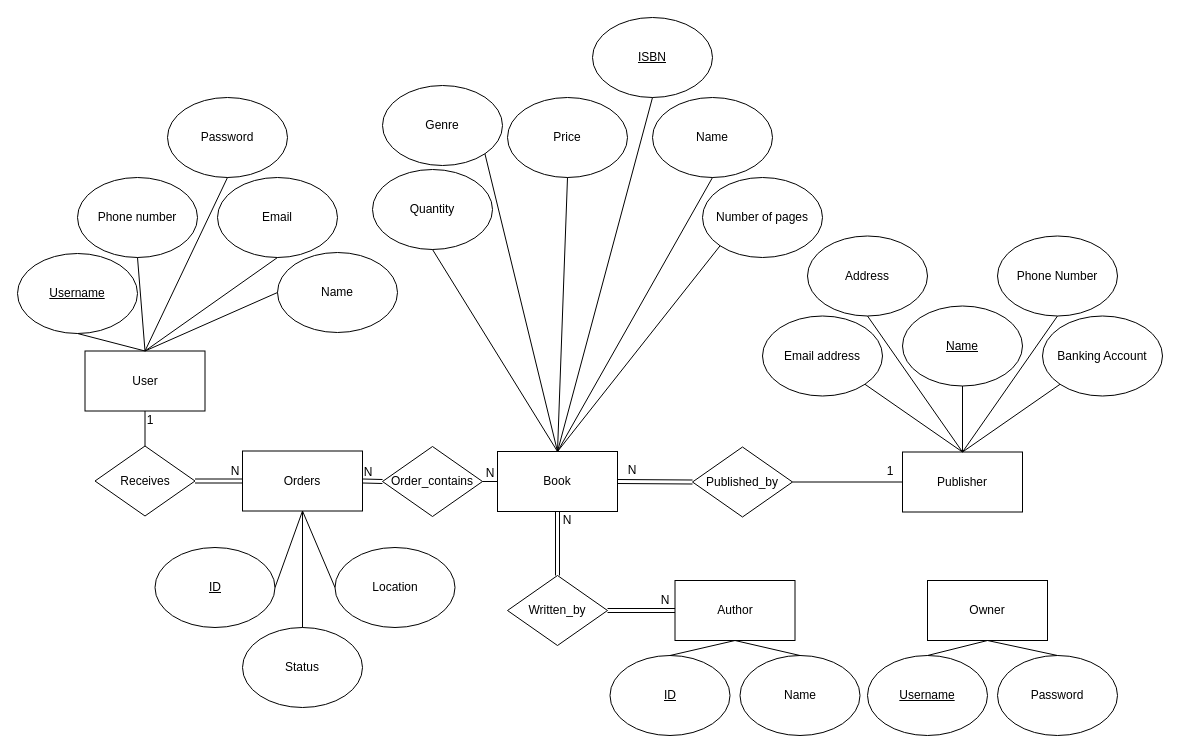
Above: BookStoreER.drawio in Dylanhism/BookStore (draw.io), before the change. Source tidied: cells renumbered, new cells numbered last; positions are measured from the earlier drawing's top-left corner, leaving out a move shared by most shapes. Both pictures are drawn from the tidied source at 100%, with x=0, y=0 at pixel (17, 17).
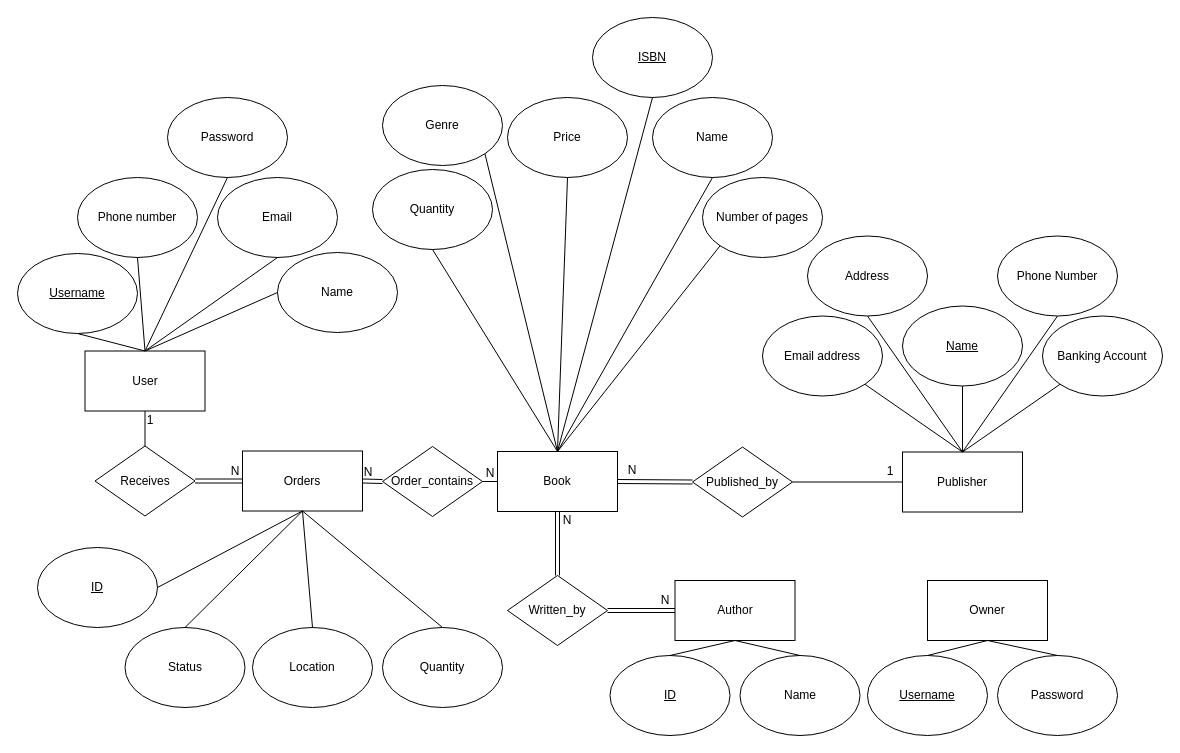
Above is the later version.

The change refers to these unchanged cells:
```xml
<mxCell id="57" value="Orders" style="rounded=0;whiteSpace=wrap;html=1;rotation=0;" parent="1" vertex="1">
  <mxGeometry x="225" y="433.5" width="120" height="60" as="geometry" />
</mxCell>
```

Change to the diagram source:
```diff
@@
     <mxCell id="58" value="&lt;u&gt;ID&lt;/u&gt;" style="ellipse;whiteSpace=wrap;html=1;rotation=0;" parent="1" vertex="1">
-      <mxGeometry x="137.5" y="530" width="120" height="80" as="geometry" />
+      <mxGeometry x="20" y="530" width="120" height="80" as="geometry" />
     </mxCell>
@@
     <mxCell id="60" value="Status" style="ellipse;whiteSpace=wrap;html=1;rotation=0;" parent="1" vertex="1">
-      <mxGeometry x="225" y="610" width="120" height="80" as="geometry" />
+      <mxGeometry x="107.5" y="610" width="120" height="80" as="geometry" />
     </mxCell>
@@
     <mxCell id="62" value="Location" style="ellipse;whiteSpace=wrap;html=1;rotation=0;" parent="1" vertex="1">
-      <mxGeometry x="317.5" y="530" width="120" height="80" as="geometry" />
+      <mxGeometry x="235" y="610" width="120" height="80" as="geometry" />
     </mxCell>
-    <mxCell id="63" style="endArrow=none;html=1;rounded=0;entryX=0;entryY=0.5;entryDx=0;entryDy=0;exitX=0.5;exitY=1;exitDx=0;exitDy=0;" parent="1" edge="1" source="57" target="62">
+    <mxCell id="63" style="endArrow=none;html=1;rounded=0;entryX=0.5;entryY=0;entryDx=0;entryDy=0;exitX=0.5;exitY=1;exitDx=0;exitDy=0;" parent="1" edge="1" source="57" target="62">
       <mxGeometry relative="1" as="geometry" />
     </mxCell>
@@
+    <mxCell id="74" value="Quantity" style="ellipse;whiteSpace=wrap;html=1;" parent="1" vertex="1">
+      <mxGeometry x="365" y="610" width="120" height="80" as="geometry" />
+    </mxCell>
+    <mxCell id="75" style="endArrow=none;html=1;rounded=0;entryX=0.5;entryY=0;entryDx=0;entryDy=0;exitX=0.5;exitY=1;exitDx=0;exitDy=0;" parent="1" edge="1" source="57" target="74">
+      <mxGeometry relative="1" as="geometry" />
+    </mxCell>
```
